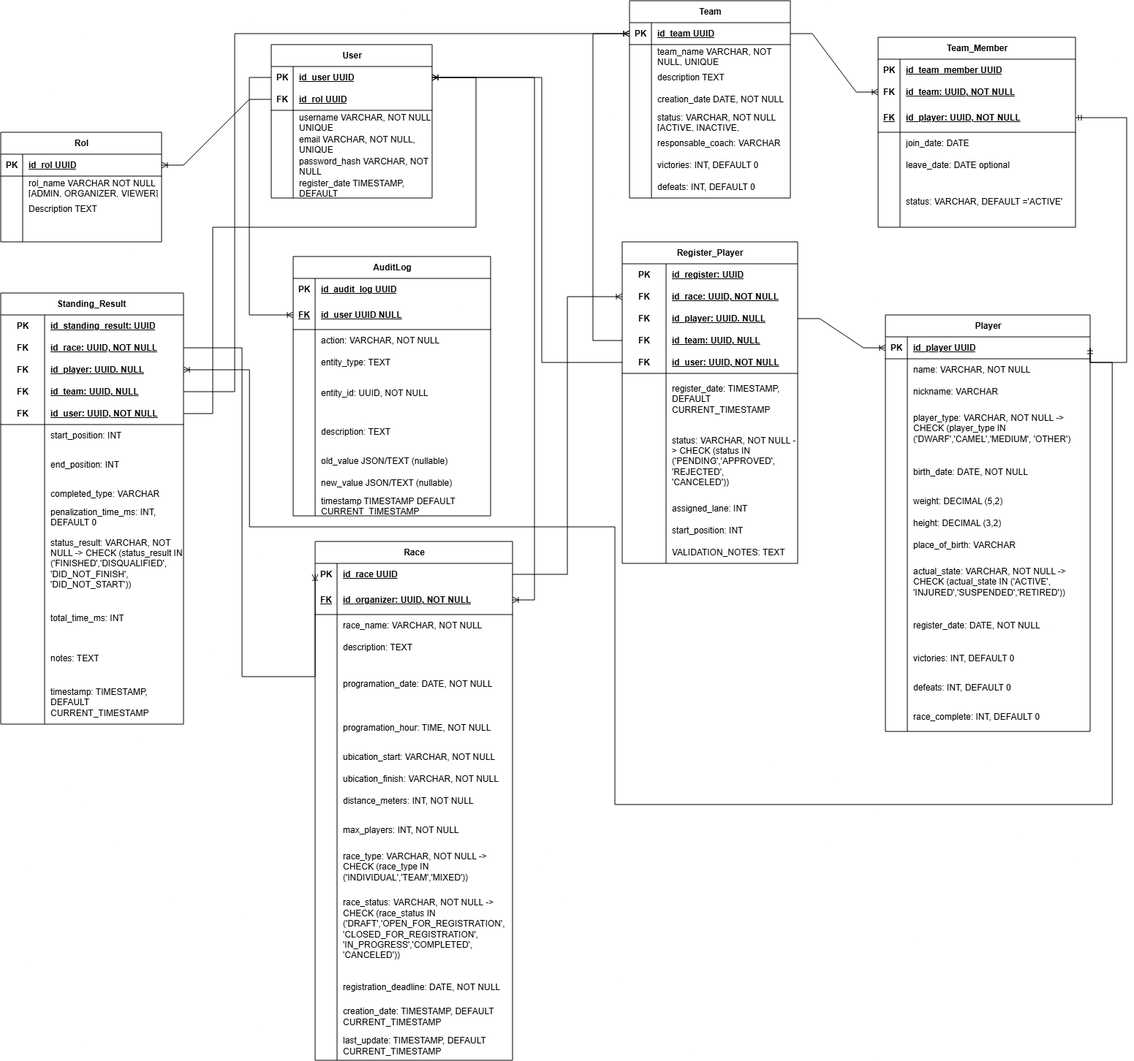
The draw.io diagram DBi&I2026-Page-1.drawio.png in IsaksGir4/CamelsVsDwarfs, before a commit. Source tidied: cells renumbered, new cells last; positions are measured from the earlier drawing's top-left corner, leaving out a move shared by most shapes.
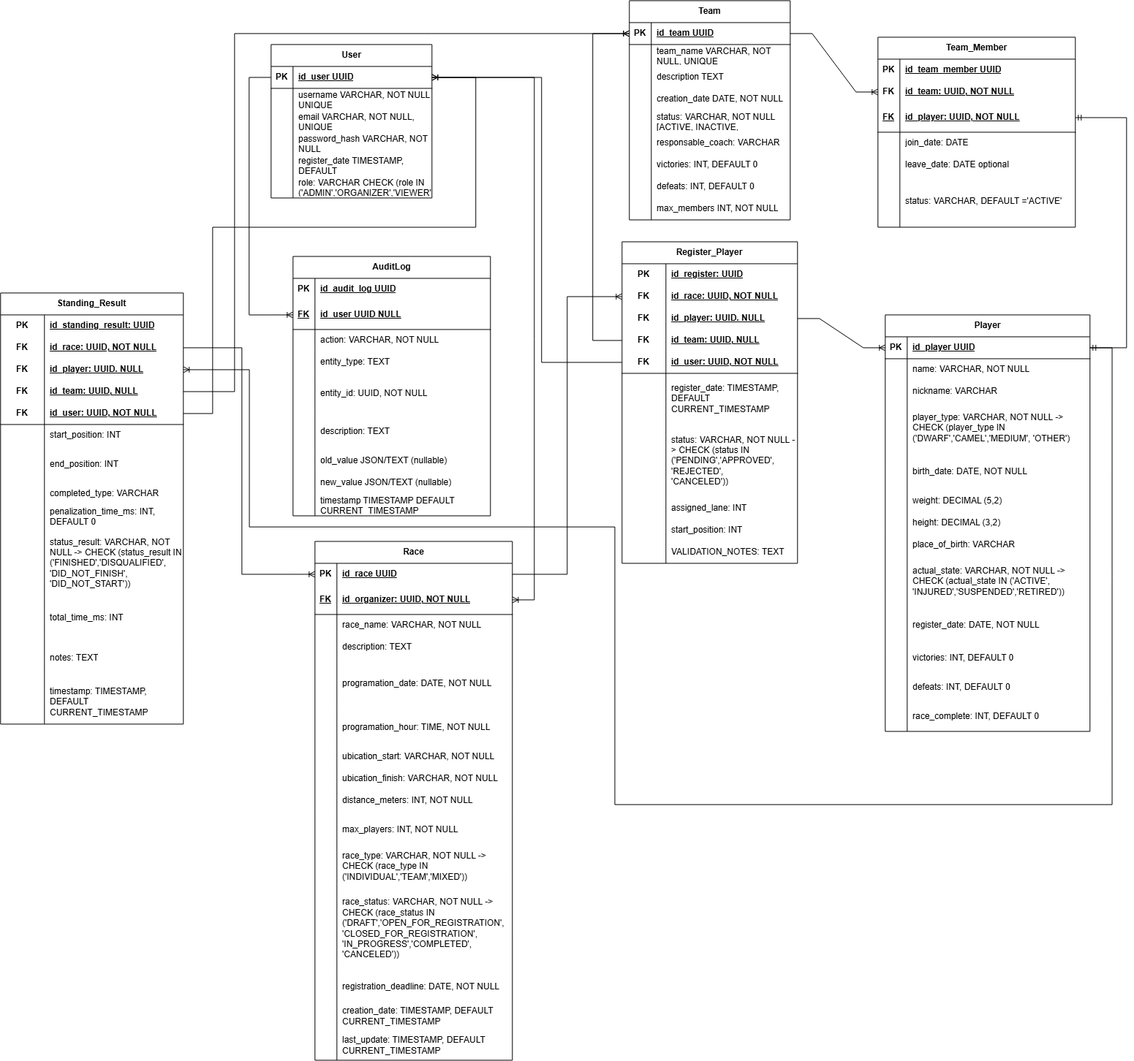
The same file after the commit.

What changed in the source:
```diff
@@ -2,49 +2,10 @@
   <root>
     <mxCell id="0" />
     <mxCell id="1" parent="0" />
-    <mxCell id="2" value="Rol" style="shape=table;startSize=30;rowLines=0;fontStyle=1;align=center;html=1;" parent="1" vertex="1">
-      <mxGeometry y="180" width="220" height="150" as="geometry" />
-    </mxCell>
-    <mxCell id="3" style="shape=tableRow;horizontal=0;startSize=0;swimlaneHead=0;swimlaneBody=0;fillColor=none;points=[[0,0.5],[1,0.5]];portConstraint=eastwest;top=0;left=0;right=0;bottom=1;" parent="2" vertex="1">
-      <mxGeometry y="30" width="220" height="30" as="geometry" />
-    </mxCell>
-    <mxCell id="4" value="PK" style="shape=partialRectangle;fillColor=none;top=0;left=0;bottom=0;right=0;fontStyle=1;overflow=hidden;whiteSpace=wrap;html=1;" parent="3" vertex="1">
-      <mxGeometry width="30" height="30" as="geometry" />
-    </mxCell>
-    <mxCell id="5" value="id_rol UUID" style="shape=partialRectangle;fillColor=none;top=0;left=0;bottom=0;right=0;align=left;spacingLeft=6;fontStyle=5;overflow=hidden;whiteSpace=wrap;html=1;" parent="3" vertex="1">
-      <mxGeometry x="30" width="190" height="30" as="geometry" />
-    </mxCell>
-    <mxCell id="6" style="shape=tableRow;horizontal=0;startSize=0;swimlaneHead=0;swimlaneBody=0;fillColor=none;top=0;left=0;right=0;bottom=0;" parent="2" vertex="1">
-      <mxGeometry y="60" width="220" height="30" as="geometry" />
-    </mxCell>
-    <mxCell id="7" style="shape=partialRectangle;fillColor=none;top=0;left=0;bottom=0;right=0;overflow=hidden;whiteSpace=wrap;html=1;" parent="6" vertex="1">
-      <mxGeometry width="30" height="30" as="geometry" />
-    </mxCell>
-    <mxCell id="8" value="rol_name VARCHAR NOT NULL [ADMIN, ORGANIZER, VIEWER]" style="shape=partialRectangle;fillColor=none;top=0;left=0;bottom=0;right=0;align=left;spacingLeft=6;overflow=hidden;whiteSpace=wrap;html=1;" parent="6" vertex="1">
-      <mxGeometry x="30" width="190" height="30" as="geometry" />
-    </mxCell>
-    <mxCell id="9" style="shape=tableRow;horizontal=0;startSize=0;swimlaneHead=0;swimlaneBody=0;fillColor=none;top=0;left=0;right=0;bottom=0;" parent="2" vertex="1">
-      <mxGeometry y="90" width="220" height="30" as="geometry" />
-    </mxCell>
-    <mxCell id="10" style="shape=partialRectangle;fillColor=none;top=0;left=0;bottom=0;right=0;overflow=hidden;whiteSpace=wrap;html=1;" parent="9" vertex="1">
-      <mxGeometry width="30" height="30" as="geometry" />
-    </mxCell>
-    <mxCell id="11" value="Description TEXT" style="shape=partialRectangle;fillColor=none;top=0;left=0;bottom=0;right=0;align=left;spacingLeft=6;overflow=hidden;whiteSpace=wrap;html=1;" parent="9" vertex="1">
-      <mxGeometry x="30" width="190" height="30" as="geometry" />
-    </mxCell>
-    <mxCell id="12" style="shape=tableRow;horizontal=0;startSize=0;swimlaneHead=0;swimlaneBody=0;fillColor=none;top=0;left=0;right=0;bottom=0;" parent="2" vertex="1">
-      <mxGeometry y="120" width="220" height="30" as="geometry" />
-    </mxCell>
-    <mxCell id="13" style="shape=partialRectangle;fillColor=none;top=0;left=0;bottom=0;right=0;overflow=hidden;whiteSpace=wrap;html=1;" parent="12" vertex="1">
-      <mxGeometry width="30" height="30" as="geometry" />
-    </mxCell>
-    <mxCell id="14" style="shape=partialRectangle;fillColor=none;top=0;left=0;bottom=0;right=0;align=left;spacingLeft=6;overflow=hidden;whiteSpace=wrap;html=1;" parent="12" vertex="1">
-      <mxGeometry x="30" width="190" height="30" as="geometry" />
-    </mxCell>
     <mxCell id="15" value="User" style="shape=table;startSize=30;rowLines=0;fontStyle=1;align=center;html=1;" parent="1" vertex="1">
       <mxGeometry x="370" y="60" width="220" height="210" as="geometry" />
     </mxCell>
-    <mxCell id="16" style="shape=tableRow;horizontal=0;startSize=0;swimlaneHead=0;swimlaneBody=0;fillColor=none;points=[[0,0.5],[1,0.5]];portConstraint=eastwest;top=0;left=0;right=0;bottom=0;" parent="15" vertex="1">
+    <mxCell id="16" style="shape=tableRow;horizontal=0;startSize=0;swimlaneHead=0;swimlaneBody=0;fillColor=none;points=[[0,0.5],[1,0.5]];portConstraint=eastwest;top=0;left=0;right=0;bottom=1;" parent="15" vertex="1">
       <mxGeometry y="30" width="220" height="30" as="geometry" />
     </mxCell>
     <mxCell id="17" value="PK" style="shape=partialRectangle;fillColor=none;top=0;left=0;bottom=0;right=0;fontStyle=1;overflow=hidden;whiteSpace=wrap;html=1;" parent="16" vertex="1">
@@ -53,17 +14,8 @@
     <mxCell id="18" value="id_user UUID" style="shape=partialRectangle;fillColor=none;top=0;left=0;bottom=0;right=0;align=left;spacingLeft=6;fontStyle=5;overflow=hidden;whiteSpace=wrap;html=1;" parent="16" vertex="1">
       <mxGeometry x="30" width="190" height="30" as="geometry" />
     </mxCell>
-    <mxCell id="19" style="shape=tableRow;horizontal=0;startSize=0;swimlaneHead=0;swimlaneBody=0;fillColor=none;points=[[0,0.5],[1,0.5]];portConstraint=eastwest;top=0;left=0;right=0;bottom=1;" parent="15" vertex="1">
-      <mxGeometry y="60" width="220" height="30" as="geometry" />
-    </mxCell>
-    <mxCell id="20" value="FK" style="shape=partialRectangle;fillColor=none;top=0;left=0;bottom=0;right=0;fontStyle=1;overflow=hidden;whiteSpace=wrap;html=1;" parent="19" vertex="1">
-      <mxGeometry width="30" height="30" as="geometry" />
-    </mxCell>
-    <mxCell id="21" value="id_rol UUID" style="shape=partialRectangle;fillColor=none;top=0;left=0;bottom=0;right=0;align=left;spacingLeft=6;fontStyle=5;overflow=hidden;whiteSpace=wrap;html=1;" parent="19" vertex="1">
-      <mxGeometry x="30" width="190" height="30" as="geometry" />
-    </mxCell>
     <mxCell id="22" style="shape=tableRow;horizontal=0;startSize=0;swimlaneHead=0;swimlaneBody=0;fillColor=none;top=0;left=0;right=0;bottom=0;" parent="15" vertex="1">
-      <mxGeometry y="90" width="220" height="30" as="geometry" />
+      <mxGeometry y="60" width="220" height="30" as="geometry" />
     </mxCell>
     <mxCell id="23" style="shape=partialRectangle;fillColor=none;top=0;left=0;bottom=0;right=0;overflow=hidden;whiteSpace=wrap;html=1;" parent="22" vertex="1">
       <mxGeometry width="30" height="30" as="geometry" />
@@ -72,7 +24,7 @@
       <mxGeometry x="30" width="190" height="30" as="geometry" />
     </mxCell>
     <mxCell id="25" style="shape=tableRow;horizontal=0;startSize=0;swimlaneHead=0;swimlaneBody=0;fillColor=none;top=0;left=0;right=0;bottom=0;" parent="15" vertex="1">
-      <mxGeometry y="120" width="220" height="30" as="geometry" />
+      <mxGeometry y="90" width="220" height="30" as="geometry" />
     </mxCell>
     <mxCell id="26" style="shape=partialRectangle;fillColor=none;top=0;left=0;bottom=0;right=0;overflow=hidden;whiteSpace=wrap;html=1;" parent="25" vertex="1">
       <mxGeometry width="30" height="30" as="geometry" />
@@ -81,7 +33,7 @@
       <mxGeometry x="30" width="190" height="30" as="geometry" />
     </mxCell>
     <mxCell id="28" style="shape=tableRow;horizontal=0;startSize=0;swimlaneHead=0;swimlaneBody=0;fillColor=none;top=0;left=0;right=0;bottom=0;" parent="15" vertex="1">
-      <mxGeometry y="150" width="220" height="30" as="geometry" />
+      <mxGeometry y="120" width="220" height="30" as="geometry" />
     </mxCell>
     <mxCell id="29" style="shape=partialRectangle;fillColor=none;top=0;left=0;bottom=0;right=0;overflow=hidden;whiteSpace=wrap;html=1;" parent="28" vertex="1">
       <mxGeometry width="30" height="30" as="geometry" />
@@ -90,7 +42,7 @@
       <mxGeometry x="30" width="190" height="30" as="geometry" />
     </mxCell>
     <mxCell id="31" style="shape=tableRow;horizontal=0;startSize=0;swimlaneHead=0;swimlaneBody=0;fillColor=none;top=0;left=0;right=0;bottom=0;" parent="15" vertex="1">
-      <mxGeometry y="180" width="220" height="30" as="geometry" />
+      <mxGeometry y="150" width="220" height="30" as="geometry" />
     </mxCell>
     <mxCell id="32" style="shape=partialRectangle;fillColor=none;top=0;left=0;bottom=0;right=0;overflow=hidden;whiteSpace=wrap;html=1;" parent="31" vertex="1">
       <mxGeometry width="30" height="30" as="geometry" />
@@ -98,23 +50,26 @@
     <mxCell id="33" value="register_date TIMESTAMP, DEFAULT CURRENT_TIMESTAMP" style="shape=partialRectangle;fillColor=none;top=0;left=0;bottom=0;right=0;align=left;spacingLeft=6;overflow=hidden;whiteSpace=wrap;html=1;" parent="31" vertex="1">
       <mxGeometry x="30" width="190" height="30" as="geometry" />
     </mxCell>
+    <mxCell id="281" style="shape=tableRow;horizontal=0;startSize=0;swimlaneHead=0;swimlaneBody=0;fillColor=none;top=0;left=0;right=0;bottom=0;" parent="15" vertex="1">
+      <mxGeometry y="180" width="220" height="30" as="geometry" />
+    </mxCell>
+    <mxCell id="282" style="shape=partialRectangle;fillColor=none;top=0;left=0;bottom=0;right=0;overflow=hidden;whiteSpace=wrap;html=1;" parent="281" vertex="1">
+      <mxGeometry width="30" height="30" as="geometry" />
+    </mxCell>
+    <mxCell id="283" value="role: VARCHAR CHECK (role IN ('ADMIN','ORGANIZER','VIEWER'))" style="shape=partialRectangle;fillColor=none;top=0;left=0;bottom=0;right=0;align=left;spacingLeft=6;overflow=hidden;whiteSpace=wrap;html=1;" parent="281" vertex="1">
+      <mxGeometry x="30" width="190" height="30" as="geometry" />
+    </mxCell>
     <mxCell id="34" style="shape=tableRow;horizontal=0;startSize=0;swimlaneHead=0;swimlaneBody=0;fillColor=none;top=0;left=0;right=0;bottom=0;" parent="1" vertex="1">
       <mxGeometry x="590" y="40" width="220" height="30" as="geometry" />
     </mxCell>
     <mxCell id="35" style="shape=tableRow;horizontal=0;startSize=0;swimlaneHead=0;swimlaneBody=0;fillColor=none;top=0;left=0;right=0;bottom=0;" parent="1" vertex="1">
       <mxGeometry x="590" y="70" width="220" height="50" as="geometry" />
     </mxCell>
-    <mxCell id="36" style="shape=partialRectangle;fillColor=none;top=0;left=0;bottom=0;right=0;overflow=hidden;whiteSpace=wrap;html=1;" parent="35" vertex="1">
-      <mxGeometry x="-380" y="120" width="30" height="30" as="geometry" />
-    </mxCell>
     <mxCell id="37" style="shape=tableRow;horizontal=0;startSize=0;swimlaneHead=0;swimlaneBody=0;fillColor=none;top=0;left=0;right=0;bottom=0;" parent="1" vertex="1">
       <mxGeometry x="590" y="100" width="220" height="30" as="geometry" />
     </mxCell>
-    <mxCell id="38" style="shape=partialRectangle;fillColor=none;top=0;left=0;bottom=0;right=0;overflow=hidden;whiteSpace=wrap;html=1;" parent="37" vertex="1">
-      <mxGeometry x="-380" y="120" width="30" height="30" as="geometry" />
-    </mxCell>
     <mxCell id="39" value="Team" style="shape=table;startSize=30;rowLines=0;fontStyle=1;align=center;html=1;" parent="1" vertex="1">
-      <mxGeometry x="860" width="220" height="270" as="geometry" />
+      <mxGeometry x="860" width="220" height="300" as="geometry" />
     </mxCell>
     <mxCell id="40" style="shape=tableRow;horizontal=0;startSize=0;swimlaneHead=0;swimlaneBody=0;fillColor=none;points=[[0,0.5],[1,0.5]];portConstraint=eastwest;top=0;left=0;right=0;bottom=1;" parent="39" vertex="1">
       <mxGeometry y="30" width="220" height="30" as="geometry" />
@@ -188,6 +143,15 @@
     <mxCell id="63" value="defeats: INT, DEFAULT 0" style="shape=partialRectangle;fillColor=none;top=0;left=0;bottom=0;right=0;align=left;spacingLeft=6;overflow=hidden;whiteSpace=wrap;html=1;" parent="61" vertex="1">
       <mxGeometry x="30" width="190" height="30" as="geometry" />
     </mxCell>
+    <mxCell id="284" style="shape=tableRow;horizontal=0;startSize=0;swimlaneHead=0;swimlaneBody=0;fillColor=none;top=0;left=0;right=0;bottom=0;" parent="39" vertex="1">
+      <mxGeometry y="270" width="220" height="30" as="geometry" />
+    </mxCell>
+    <mxCell id="285" style="shape=partialRectangle;fillColor=none;top=0;left=0;bottom=0;right=0;overflow=hidden;whiteSpace=wrap;html=1;" parent="284" vertex="1">
+      <mxGeometry width="30" height="30" as="geometry" />
+    </mxCell>
+    <mxCell id="286" value="max_members INT, NOT NULL" style="shape=partialRectangle;fillColor=none;top=0;left=0;bottom=0;right=0;align=left;spacingLeft=6;overflow=hidden;whiteSpace=wrap;html=1;" parent="284" vertex="1">
+      <mxGeometry x="30" width="190" height="30" as="geometry" />
+    </mxCell>
     <mxCell id="64" value="Player" style="shape=table;startSize=30;rowLines=0;fontStyle=1;align=center;html=1;" parent="1" vertex="1">
       <mxGeometry x="1210" y="430" width="280" height="570" as="geometry" />
     </mxCell>
@@ -659,9 +623,6 @@
     <mxCell id="220" value="timestamp: TIMESTAMP, DEFAULT CURRENT_TIMESTAMP" style="shape=partialRectangle;fillColor=none;top=0;left=0;bottom=0;right=0;align=left;spacingLeft=6;overflow=hidden;html=1;whiteSpace=wrap;" parent="218" vertex="1">
       <mxGeometry x="60" width="190" height="60" as="geometry" />
     </mxCell>
-    <mxCell id="221" style="edgeStyle=entityRelationEdgeStyle;fontSize=12;html=1;endArrow=ERoneToMany;rounded=0;entryX=1;entryY=0.5;entryDx=0;entryDy=0;curved=0;" parent="1" edge="1" source="19" target="3">
-      <mxGeometry relative="1" as="geometry" />
-    </mxCell>
     <mxCell id="222" style="edgeStyle=entityRelationEdgeStyle;fontSize=12;html=1;endArrow=ERoneToMany;rounded=0;exitX=1;exitY=0.5;exitDx=0;exitDy=0;" parent="1" edge="1" source="16" target="108">
       <mxGeometry relative="1" as="geometry" />
     </mxCell>
@@ -690,15 +651,15 @@
     <mxCell id="227" style="edgeStyle=orthogonalEdgeStyle;fontSize=12;html=1;endArrow=ERoneToMany;rounded=0;exitX=1;exitY=0.5;exitDx=0;exitDy=0;entryX=0;entryY=0.5;entryDx=0;entryDy=0;" parent="1" edge="1" source="185" target="105">
       <mxGeometry relative="1" as="geometry">
         <Array as="points">
-          <mxPoint x="330.1" y="475" />
-          <mxPoint x="330.1" y="925" />
+          <mxPoint x="330" y="475" />
+          <mxPoint x="330" y="785" />
         </Array>
       </mxGeometry>
     </mxCell>
     <mxCell id="228" style="edgeStyle=orthogonalEdgeStyle;fontSize=12;html=1;endArrow=ERoneToMany;rounded=0;exitX=1;exitY=0.5;exitDx=0;exitDy=0;entryX=1;entryY=0.5;entryDx=0;entryDy=0;" parent="1" edge="1" source="65" target="188">
       <mxGeometry relative="1" as="geometry">
         <Array as="points">
-          <mxPoint x="1520.2" y="495" />
+          <mxPoint x="1520.2" y="475" />
           <mxPoint x="1520.2" y="1100.1" />
           <mxPoint x="840.1" y="1100.1" />
           <mxPoint x="840.1" y="720.1" />
@@ -880,9 +841,8 @@
     <mxCell id="280" style="edgeStyle=orthogonalEdgeStyle;fontSize=12;html=1;endArrow=ERmandOne;startArrow=ERmandOne;rounded=0;entryX=1;entryY=0.5;entryDx=0;entryDy=0;exitX=1;exitY=0.5;exitDx=0;exitDy=0;" parent="1" edge="1" source="65" target="267">
       <mxGeometry relative="1" as="geometry">
         <Array as="points">
-          <mxPoint x="1490" y="495" />
-          <mxPoint x="1540" y="495" />
-          <mxPoint x="1540" y="160.1" />
+          <mxPoint x="1540" y="475" />
+          <mxPoint x="1540" y="160" />
         </Array>
       </mxGeometry>
     </mxCell>
```
